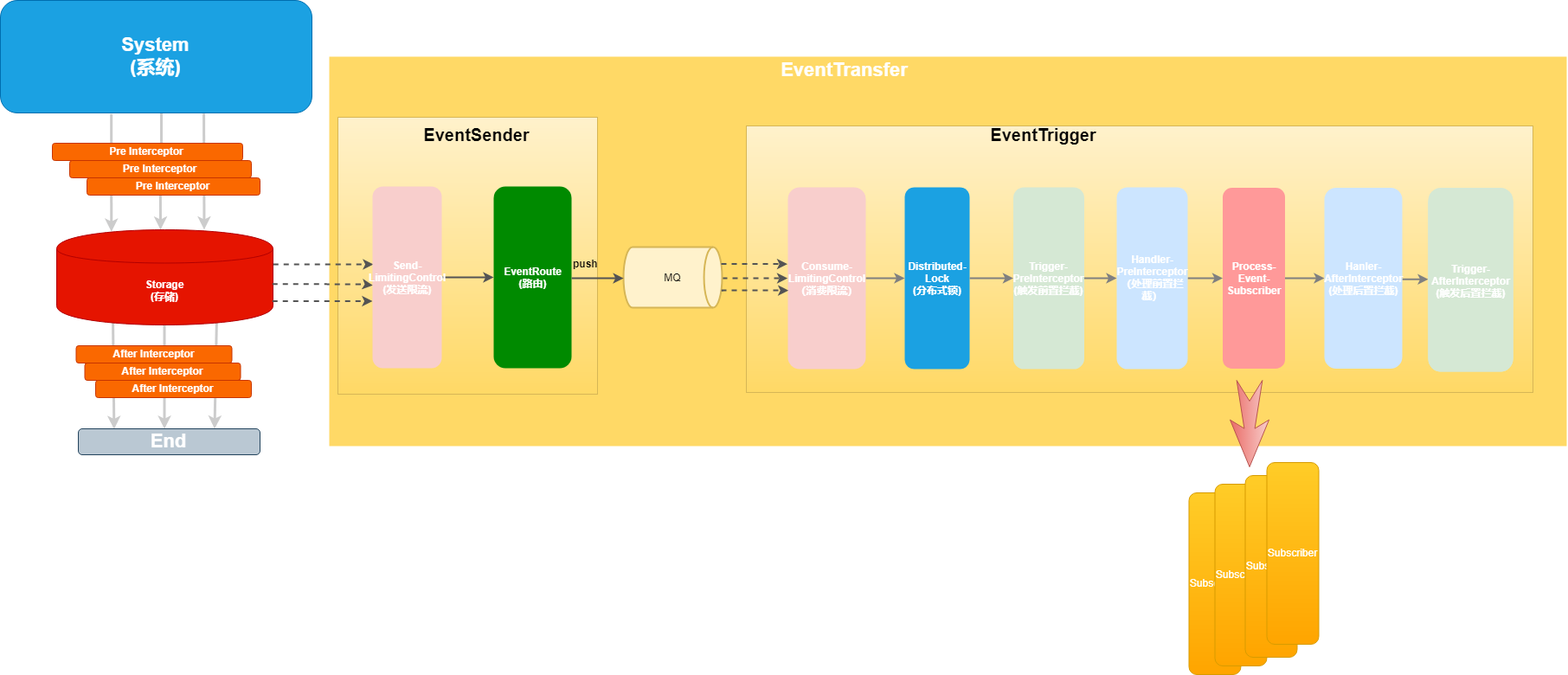
Above: doc/image/EasyEvent.png in openquartz/easy-event (draw.io), before the change. Source tidied: cells renumbered, new cells last; positions are measured from the earlier drawing's top-left corner, leaving out a move shared by most shapes.
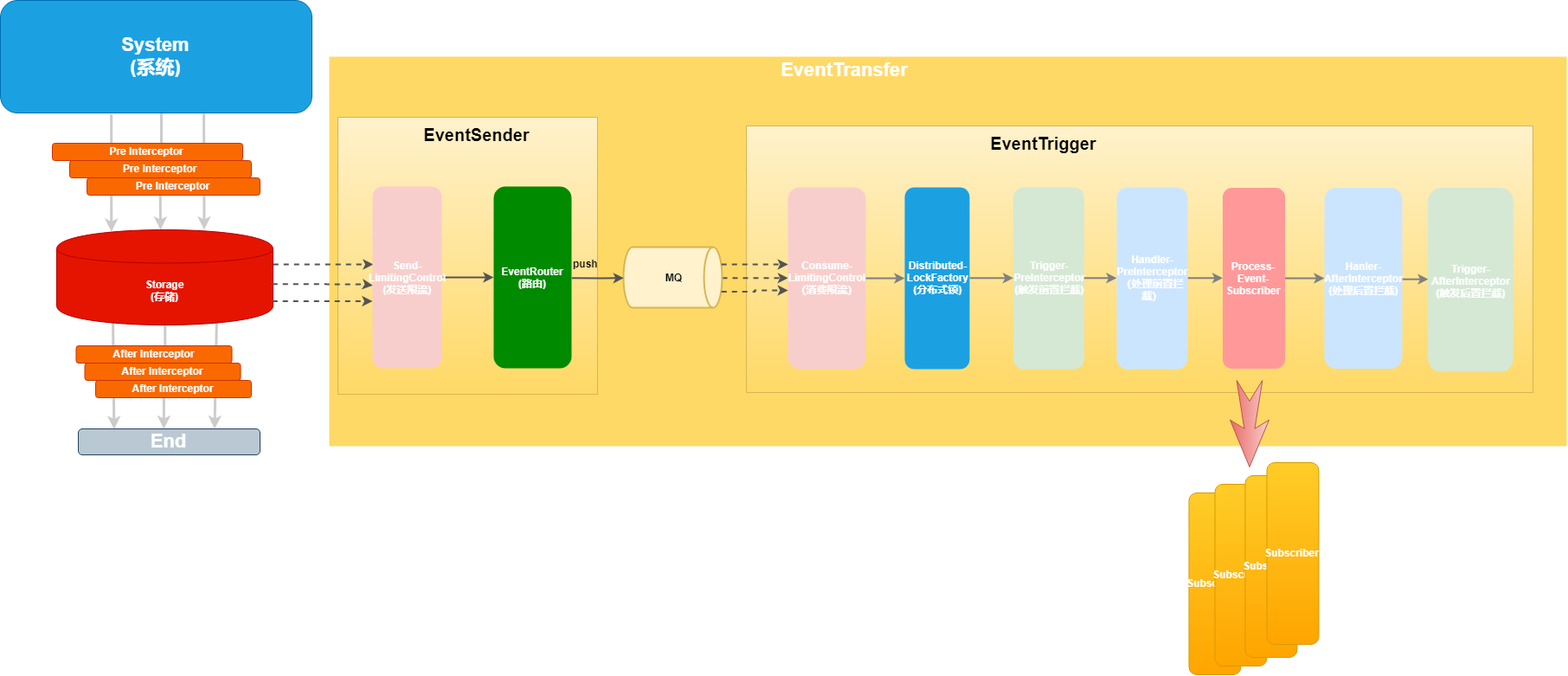
After the change.

What changed in the source:
```diff
@@ -84,7 +84,7 @@
     <mxCell id="23" value="&lt;b&gt;&lt;font color=&quot;#ffffff&quot;&gt;Send-LimitingControl&lt;br&gt;(发送限流)&lt;/font&gt;&lt;/b&gt;" style="rounded=1;whiteSpace=wrap;html=1;fillColor=#f8cecc;strokeColor=none;" parent="1" vertex="1">
       <mxGeometry x="430" y="215" width="80" height="210" as="geometry" />
     </mxCell>
-    <mxCell id="24" value="&lt;b&gt;EventRoute&lt;br&gt;(路由)&lt;/b&gt;" style="rounded=1;whiteSpace=wrap;html=1;fillColor=#008a00;strokeColor=none;fontColor=#ffffff;" parent="1" vertex="1">
+    <mxCell id="24" value="&lt;b&gt;EventRouter&lt;br&gt;(路由)&lt;/b&gt;" style="rounded=1;whiteSpace=wrap;html=1;fillColor=#008a00;strokeColor=none;fontColor=#ffffff;" parent="1" vertex="1">
       <mxGeometry x="570" y="215" width="90" height="210" as="geometry" />
     </mxCell>
     <mxCell id="25" style="edgeStyle=orthogonalEdgeStyle;rounded=0;jettySize=auto;html=1;dashed=1;entryX=0;entryY=0.5;entryDx=0;entryDy=0;strokeWidth=2;strokeColor=#545454;" parent="1" edge="1" source="26" target="28">
@@ -95,7 +95,7 @@
         </Array>
       </mxGeometry>
     </mxCell>
-    <mxCell id="26" value="MQ" style="strokeWidth=2;html=1;shape=mxgraph.flowchart.direct_data;whiteSpace=wrap;fillColor=#fff2cc;strokeColor=#d6b656;" parent="1" vertex="1">
+    <mxCell id="26" value="&lt;b&gt;MQ&lt;/b&gt;" style="strokeWidth=2;html=1;shape=mxgraph.flowchart.direct_data;whiteSpace=wrap;fillColor=#fff2cc;strokeColor=#d6b656;" parent="1" vertex="1">
       <mxGeometry x="720" y="285" width="114" height="70" as="geometry" />
     </mxCell>
     <mxCell id="27" style="edgeStyle=orthogonalEdgeStyle;rounded=0;jettySize=auto;html=1;strokeWidth=2;strokeColor=#808080;" parent="1" edge="1" source="28" target="29">
@@ -104,7 +104,7 @@
     <mxCell id="28" value="&lt;b&gt;&lt;font color=&quot;#ffffff&quot;&gt;Consume-&lt;br&gt;LimitingControl&lt;br&gt;（消费限流）&lt;/font&gt;&lt;/b&gt;" style="rounded=1;whiteSpace=wrap;html=1;fillColor=#f8cecc;strokeColor=none;" parent="1" vertex="1">
       <mxGeometry x="910" y="216" width="90" height="210" as="geometry" />
     </mxCell>
-    <mxCell id="29" value="&lt;b&gt;Distributed-&lt;br&gt;Lock&lt;br&gt;(分布式锁)&lt;/b&gt;" style="rounded=1;whiteSpace=wrap;html=1;fillColor=#1ba1e2;strokeColor=none;fontColor=#ffffff;" parent="1" vertex="1">
+    <mxCell id="29" value="&lt;b&gt;Distributed-&lt;br&gt;LockFactory&lt;br&gt;(分布式锁)&lt;/b&gt;" style="rounded=1;whiteSpace=wrap;html=1;fillColor=#1ba1e2;strokeColor=none;fontColor=#ffffff;" parent="1" vertex="1">
       <mxGeometry x="1045" y="216" width="75" height="210" as="geometry" />
     </mxCell>
     <mxCell id="30" style="edgeStyle=orthogonalEdgeStyle;rounded=0;jettySize=auto;html=1;exitX=1;exitY=0.5;exitDx=0;exitDy=0;strokeWidth=2;strokeColor=#808080;" parent="1" edge="1" source="29" target="32">
@@ -139,7 +139,7 @@
     <mxCell id="38" value="&lt;font color=&quot;#ffffff&quot;&gt;&lt;b&gt;Hanler-&lt;br&gt;&lt;/b&gt;&lt;/font&gt;&lt;b&gt;&lt;font color=&quot;#ffffff&quot;&gt;AfterInterceptor&lt;br&gt;(处理后置拦截)&lt;/font&gt;&lt;/b&gt;" style="rounded=1;whiteSpace=wrap;html=1;fillColor=#CCE5FF;strokeColor=none;dashed=1;" parent="1" vertex="1">
       <mxGeometry x="1530" y="216.5" width="90" height="209" as="geometry" />
     </mxCell>
-    <mxCell id="39" value="&lt;font color=&quot;#ffffff&quot;&gt;Subscriber&lt;/font&gt;" style="rounded=1;whiteSpace=wrap;html=1;gradientColor=#ffa500;fillColor=#ffcd28;strokeColor=#d79b00;" parent="1" vertex="1">
+    <mxCell id="39" value="&lt;font color=&quot;#ffffff&quot;&gt;&lt;b&gt;Subscriber&lt;/b&gt;&lt;/font&gt;" style="rounded=1;whiteSpace=wrap;html=1;gradientColor=#ffa500;fillColor=#ffcd28;strokeColor=#d79b00;" parent="1" vertex="1">
       <mxGeometry x="1373.5" y="569" width="60" height="210" as="geometry" />
     </mxCell>
     <mxCell id="40" value="&lt;b&gt;&lt;font color=&quot;#ffffff&quot;&gt;Trigger-&lt;br&gt;AfterInterceptor&lt;br&gt;(触发后置拦截)&lt;/font&gt;&lt;/b&gt;" style="rounded=1;whiteSpace=wrap;html=1;fillColor=#d5e8d4;strokeColor=none;strokeWidth=1;dashed=1;" parent="1" vertex="1">
@@ -152,15 +152,15 @@
       <mxGeometry x="530" y="145" width="40" height="20" as="geometry" />
     </mxCell>
     <mxCell id="43" value="&lt;b&gt;&lt;font style=&quot;font-size: 20px&quot;&gt;EventTrigger&lt;/font&gt;&lt;/b&gt;" style="text;html=1;strokeColor=none;fillColor=none;align=center;verticalAlign=middle;whiteSpace=wrap;rounded=0;" parent="1" vertex="1">
-      <mxGeometry x="1185" y="145" width="40" height="20" as="geometry" />
+      <mxGeometry x="1185" y="155" width="40" height="20" as="geometry" />
     </mxCell>
-    <mxCell id="44" value="&lt;font color=&quot;#ffffff&quot;&gt;Subscriber&lt;/font&gt;" style="rounded=1;whiteSpace=wrap;html=1;gradientColor=#ffa500;fillColor=#ffcd28;strokeColor=#d79b00;" parent="1" vertex="1">
+    <mxCell id="44" value="&lt;font color=&quot;#ffffff&quot;&gt;&lt;b&gt;Subscriber&lt;/b&gt;&lt;/font&gt;" style="rounded=1;whiteSpace=wrap;html=1;gradientColor=#ffa500;fillColor=#ffcd28;strokeColor=#d79b00;" parent="1" vertex="1">
       <mxGeometry x="1403.5" y="559" width="60" height="210" as="geometry" />
     </mxCell>
-    <mxCell id="45" value="&lt;font color=&quot;#ffffff&quot;&gt;Subscriber&lt;/font&gt;" style="rounded=1;whiteSpace=wrap;html=1;gradientColor=#ffa500;fillColor=#ffcd28;strokeColor=#d79b00;" parent="1" vertex="1">
+    <mxCell id="45" value="&lt;font color=&quot;#ffffff&quot;&gt;&lt;b&gt;Subscriber&lt;/b&gt;&lt;/font&gt;" style="rounded=1;whiteSpace=wrap;html=1;gradientColor=#ffa500;fillColor=#ffcd28;strokeColor=#d79b00;" parent="1" vertex="1">
       <mxGeometry x="1438.5" y="549" width="60" height="210" as="geometry" />
     </mxCell>
-    <mxCell id="46" value="&lt;font color=&quot;#ffffff&quot;&gt;Subscriber&lt;/font&gt;" style="rounded=1;whiteSpace=wrap;html=1;gradientColor=#ffa500;fillColor=#ffcd28;strokeColor=#d79b00;" parent="1" vertex="1">
+    <mxCell id="46" value="&lt;font color=&quot;#ffffff&quot;&gt;&lt;b&gt;Subscriber&lt;/b&gt;&lt;/font&gt;" style="rounded=1;whiteSpace=wrap;html=1;gradientColor=#ffa500;fillColor=#ffcd28;strokeColor=#d79b00;" parent="1" vertex="1">
       <mxGeometry x="1463.5" y="534" width="60" height="210" as="geometry" />
     </mxCell>
     <mxCell id="47" style="html=1;shadow=0;dashed=0;align=center;verticalAlign=middle;shape=mxgraph.arrows2.stylisedArrow;dy=0.73;dx=44.33;notch=24;feather=0.34;direction=south;gradientColor=#ea6b66;fillColor=#f8cecc;strokeColor=#b85450;" parent="1" vertex="1">
```
